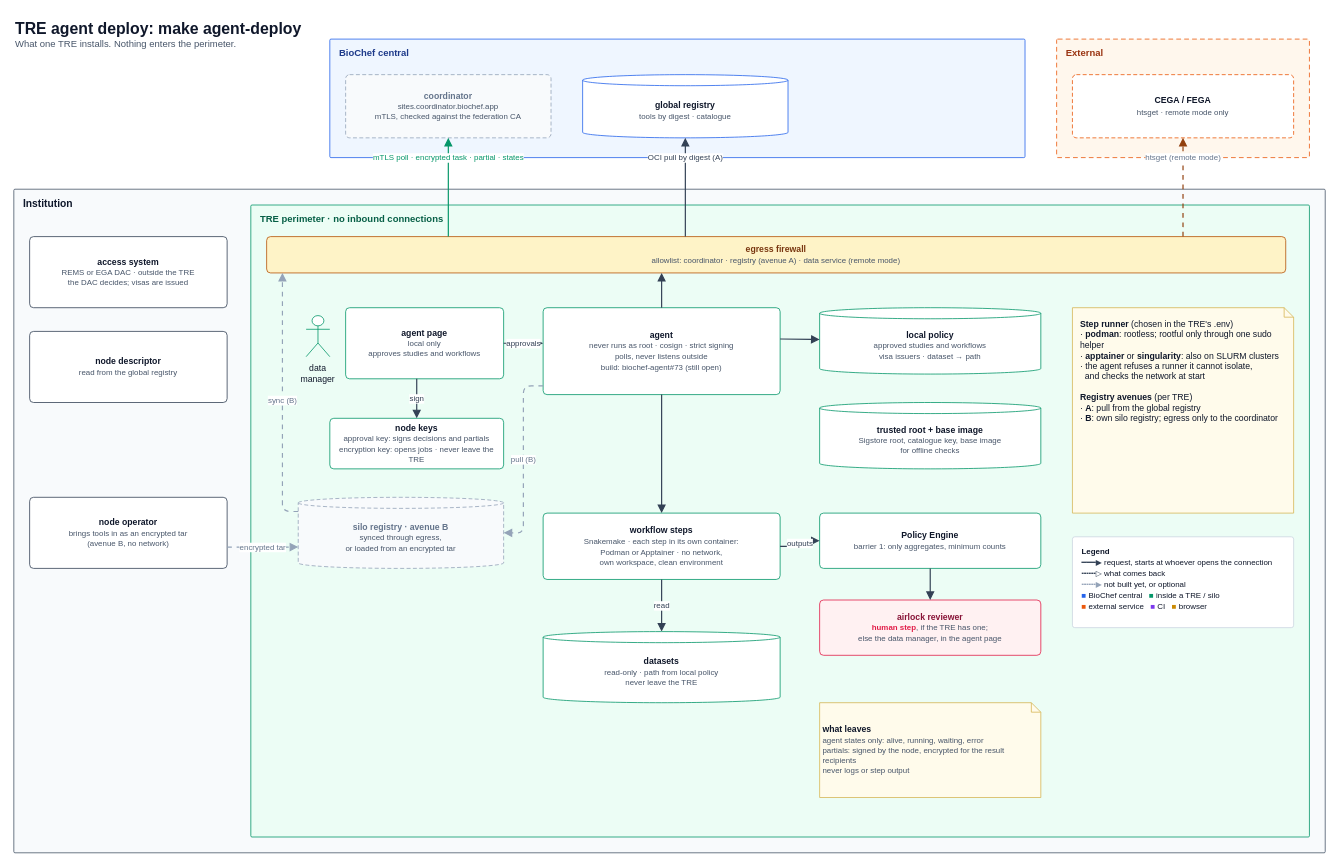
Above: docs/diagrams/04-agent-deploy.drawio in ieeta-pt/biochef-infra (draw.io), before the change. Source tidied: cells renumbered, new cells numbered last; positions are measured from the earlier drawing's top-left corner, leaving out a move shared by most shapes. Both pictures are drawn from the tidied source at 79%, with x=0, y=0 at pixel (13, 13).
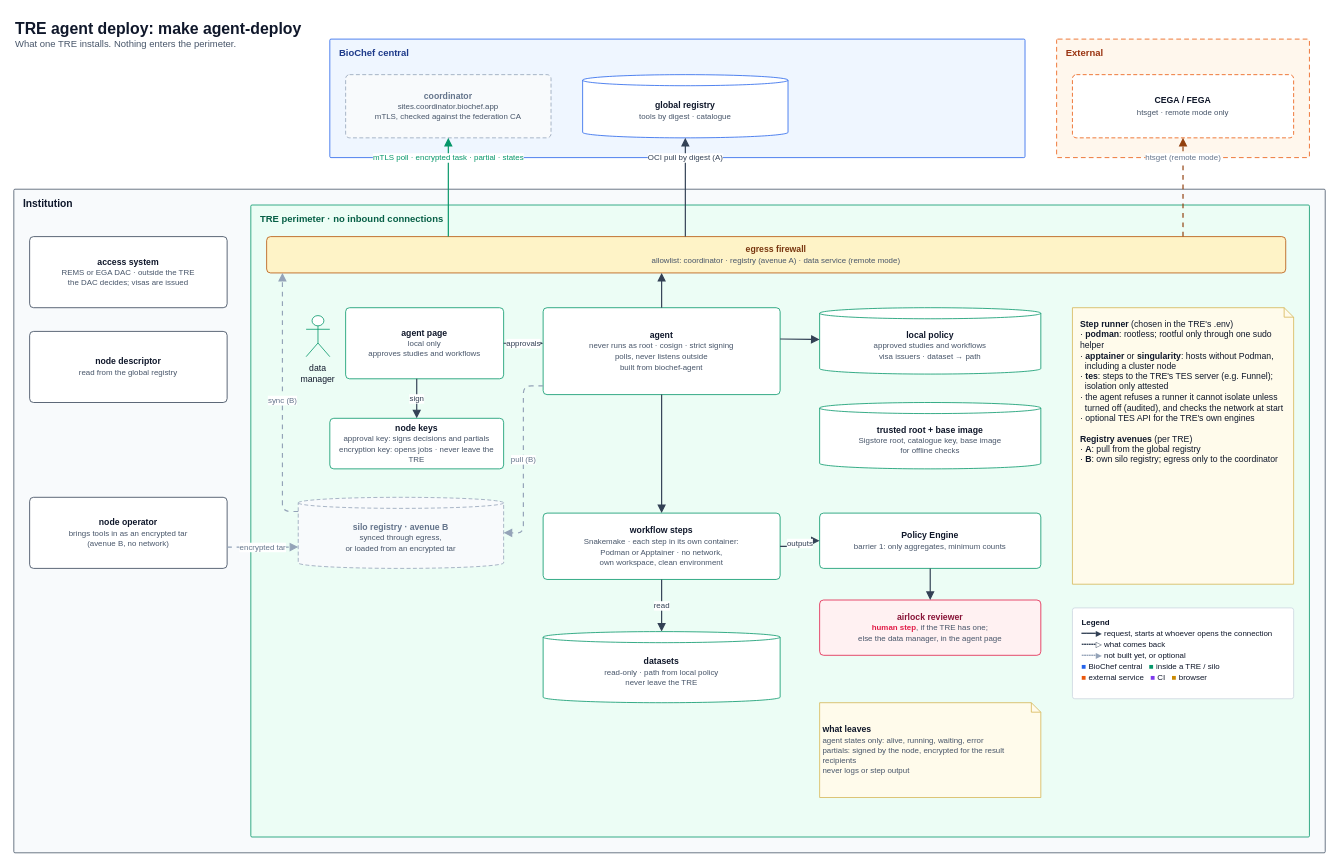
The same diagram, later.

Commit message (it also covers changes not shown here):
enhance identity documentation and agent functionality

Unchanged cells that the change refers to:
```xml
<mxCell id="12" value="TRE perimeter · no inbound connections" style="rounded=1;arcSize=3;absoluteArcSize=1;html=1;whiteSpace=wrap;verticalAlign=top;align=left;spacingLeft=10;spacingTop=4;fontSize=12;fontStyle=1;fillColor=#ecfdf5;strokeColor=#059669;fontColor=#065f46;" parent="8" vertex="1">
  <mxGeometry x="300" y="20" width="1340" height="800" as="geometry" />
</mxCell>
```

Change to the diagram source:
```diff
@@
-    <mxCell id="18" value="&lt;b&gt;agent&lt;/b&gt;&lt;br&gt;&lt;font style=&quot;font-size:10px&quot; color=&quot;#475569&quot;&gt;never runs as root · cosign · strict signing&lt;/font&gt;&lt;br&gt;&lt;font style=&quot;font-size:10px&quot; color=&quot;#475569&quot;&gt;polls, never listens outside&lt;/font&gt;&lt;br&gt;&lt;font style=&quot;font-size:10px&quot; color=&quot;#475569&quot;&gt;build: biochef-agent#73 (still open)&lt;/font&gt;" style="html=1;whiteSpace=wrap;fontSize=11;fillColor=#ffffff;strokeColor=#059669;fontColor=#0f172a;align=center;verticalAlign=middle;spacing=4;rounded=1;arcSize=10;absoluteArcSize=1;" parent="12" vertex="1">
+    <mxCell id="18" value="&lt;b&gt;agent&lt;/b&gt;&lt;br&gt;&lt;font style=&quot;font-size:10px&quot; color=&quot;#475569&quot;&gt;never runs as root · cosign · strict signing&lt;/font&gt;&lt;br&gt;&lt;font style=&quot;font-size:10px&quot; color=&quot;#475569&quot;&gt;polls, never listens outside&lt;/font&gt;&lt;br&gt;&lt;font style=&quot;font-size:10px&quot; color=&quot;#475569&quot;&gt;built from biochef-agent&lt;/font&gt;" style="html=1;whiteSpace=wrap;fontSize=11;fillColor=#ffffff;strokeColor=#059669;fontColor=#0f172a;align=center;verticalAlign=middle;spacing=4;rounded=1;arcSize=10;absoluteArcSize=1;" parent="12" vertex="1">
       <mxGeometry x="370" y="130" width="300" height="110" as="geometry" />
     </mxCell>
@@
-    <mxCell id="26" value="&lt;b&gt;Step runner&lt;/b&gt; (chosen in the TRE's .env)&lt;div&gt;· &lt;b&gt;podman&lt;/b&gt;: rootless; rootful only through one sudo helper&lt;/div&gt;&lt;div&gt;· &lt;b&gt;apptainer&lt;/b&gt; or &lt;b&gt;singularity&lt;/b&gt;: also on SLURM clusters&lt;/div&gt;&lt;div&gt;· the agent refuses a runner it cannot isolate,&lt;/div&gt;&lt;div&gt;&amp;nbsp;&amp;nbsp;and checks the network at start&lt;/div&gt;&lt;br&gt;&lt;b&gt;Registry avenues&lt;/b&gt; (per TRE)&lt;div&gt;· &lt;b&gt;A&lt;/b&gt;: pull from the global registry&lt;/div&gt;&lt;div&gt;· &lt;b&gt;B&lt;/b&gt;: own silo registry; egress only to the coordinator&lt;/div&gt;" style="html=1;whiteSpace=wrap;fontSize=11;fillColor=#fffbeb;strokeColor=#d6b656;fontColor=#0f172a;align=left;verticalAlign=middle;spacing=4;shape=note;size=12;verticalAlign=top;spacingLeft=6;spacingTop=6;" parent="12" vertex="1">
-      <mxGeometry x="1040" y="130" width="280" height="260" as="geometry" />
+    <mxCell id="26" value="&lt;b&gt;Step runner&lt;/b&gt; (chosen in the TRE's .env)&lt;div&gt;· &lt;b&gt;podman&lt;/b&gt;: rootless; rootful only through one sudo helper&lt;/div&gt;&lt;div&gt;· &lt;b&gt;apptainer&lt;/b&gt; or &lt;b&gt;singularity&lt;/b&gt;: hosts without Podman,&lt;/div&gt;&lt;div&gt;&amp;nbsp;&amp;nbsp;including a cluster node&lt;/div&gt;&lt;div&gt;· &lt;b&gt;tes&lt;/b&gt;: steps to the TRE's TES server (e.g. Funnel);&lt;/div&gt;&lt;div&gt;&amp;nbsp;&amp;nbsp;isolation only attested&lt;/div&gt;&lt;div&gt;· the agent refuses a runner it cannot isolate unless&lt;/div&gt;&lt;div&gt;&amp;nbsp;&amp;nbsp;turned off (audited), and checks the network at start&lt;/div&gt;&lt;div&gt;· optional TES API for the TRE's own engines&lt;/div&gt;&lt;br&gt;&lt;b&gt;Registry avenues&lt;/b&gt; (per TRE)&lt;div&gt;· &lt;b&gt;A&lt;/b&gt;: pull from the global registry&lt;/div&gt;&lt;div&gt;· &lt;b&gt;B&lt;/b&gt;: own silo registry; egress only to the coordinator&lt;/div&gt;" style="html=1;whiteSpace=wrap;fontSize=11;fillColor=#fffbeb;strokeColor=#d6b656;fontColor=#0f172a;align=left;verticalAlign=middle;spacing=4;shape=note;size=12;verticalAlign=top;spacingLeft=6;spacingTop=6;" parent="12" vertex="1">
+      <mxGeometry x="1040" y="130" width="280" height="350" as="geometry" />
     </mxCell>
     <mxCell id="27" value="&lt;b&gt;Legend&lt;/b&gt;&lt;div style='margin:2px 0'&gt;&lt;font color='#334155'&gt;━━━▶&lt;/font&gt; request, starts at whoever opens the connection&lt;/div&gt;&lt;div style='margin:2px 0'&gt;&lt;font color='#334155'&gt;╍╍╍▷&lt;/font&gt; what comes back&lt;/div&gt;&lt;div style='margin:2px 0'&gt;&lt;font color='#94a3b8'&gt;╍╍╍▶&lt;/font&gt; not built yet, or optional&lt;/div&gt;&lt;div style='margin:2px 0'&gt;&lt;font color='#2563eb'&gt;■&lt;/font&gt; BioChef central &amp;nbsp; &lt;font color='#059669'&gt;■&lt;/font&gt; inside a TRE / silo&lt;/div&gt;&lt;div style='margin:2px 0'&gt;&lt;font color='#ea580c'&gt;■&lt;/font&gt; external service &amp;nbsp; &lt;font color='#7c3aed'&gt;■&lt;/font&gt; CI &amp;nbsp; &lt;font color='#ca8a04'&gt;■&lt;/font&gt; browser&lt;/div&gt;" style="html=1;whiteSpace=wrap;fontSize=10;fillColor=#ffffff;strokeColor=#334155;fontColor=#0f172a;align=left;verticalAlign=middle;spacing=4;rounded=1;arcSize=10;absoluteArcSize=1;verticalAlign=top;spacingLeft=8;spacingTop=4;arcSize=6;strokeColor=#cbd5e1;" parent="1" vertex="1">
-      <mxGeometry x="1340" y="662" width="280" height="115" as="geometry" />
+      <mxGeometry x="1340" y="752" width="280" height="115" as="geometry" />
     </mxCell>
```
